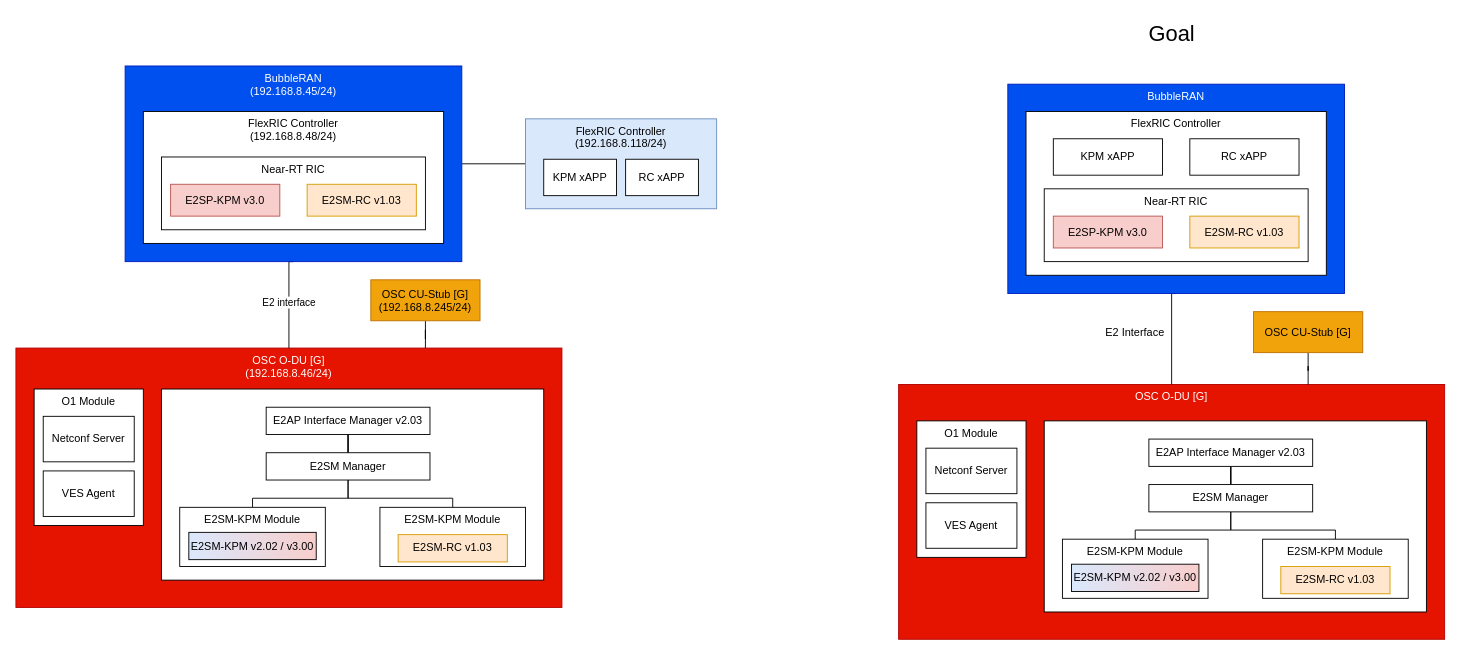
NTUST-BMW-Lab/bubbleran keeps this draw.io diagram as page "Option 1" (1 of 4) of diagrams.drawio. Above is the earlier version. Source tidied: cells renumbered, new cells numbered last; positions are measured from the earlier drawing's top-left corner, leaving out a move shared by most shapes. Both pictures are drawn from the tidied source at 91%, with x=0, y=0 at pixel (15, 15).
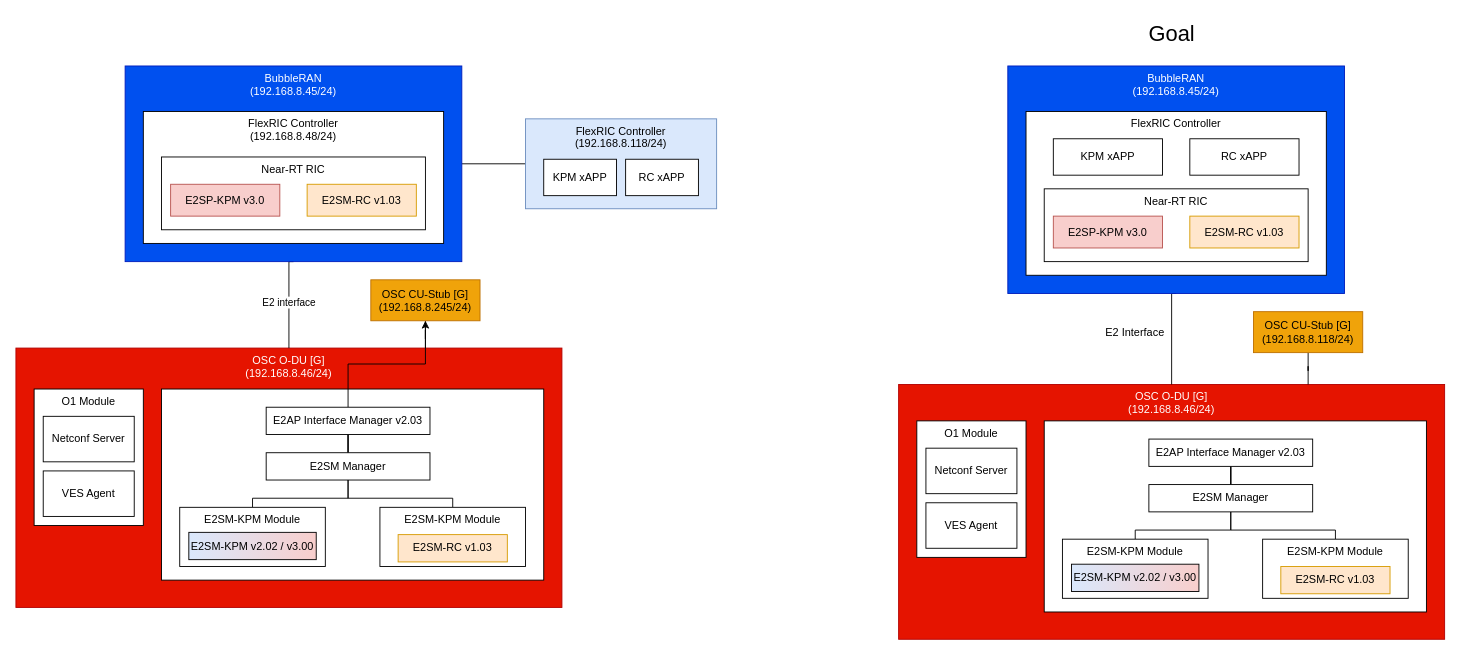
After the change.

Unchanged cells that the change refers to:
```xml
<mxCell id="10" value="E2AP Interface Manager v2.03" style="rounded=0;whiteSpace=wrap;html=1;" parent="1" vertex="1">
  <mxGeometry x="275" y="430" width="180" height="30" as="geometry" />
</mxCell>
<mxCell id="20" value="OSC CU-Stub [G]&lt;br&gt;(192.168.8.245/24)" style="rounded=0;whiteSpace=wrap;html=1;fillColor=#f0a30a;fontColor=#000000;strokeColor=#BD7000;" parent="1" vertex="1">
  <mxGeometry x="390" y="290" width="120" height="45" as="geometry" />
</mxCell>
```

What changed in the source:
```diff
@@
+    <mxCell id="58" style="edgeStyle=orthogonalEdgeStyle;rounded=0;jettySize=auto;html=1;" parent="1" edge="1" source="10" target="20">
+      <mxGeometry relative="1" as="geometry" />
+    </mxCell>
@@
-    <mxCell id="30" value="OSC O-DU [G]" style="rounded=0;whiteSpace=wrap;html=1;verticalAlign=top;fillColor=#e51400;fontColor=#ffffff;strokeColor=#B20000;" parent="1" vertex="1">
+    <mxCell id="30" value="OSC O-DU [G]&lt;br&gt;(192.168.8.46/24)" style="rounded=0;whiteSpace=wrap;html=1;verticalAlign=top;fillColor=#e51400;fontColor=#ffffff;strokeColor=#B20000;" parent="1" vertex="1">
       <mxGeometry x="970" y="405" width="600" height="280" as="geometry" />
     </mxCell>
@@
-    <mxCell id="46" value="OSC CU-Stub [G]" style="rounded=0;whiteSpace=wrap;html=1;fillColor=#f0a30a;fontColor=#000000;strokeColor=#BD7000;" parent="1" vertex="1">
+    <mxCell id="46" value="OSC CU-Stub [G]&lt;br&gt;(192.168.8.118/24)" style="rounded=0;whiteSpace=wrap;html=1;fillColor=#f0a30a;fontColor=#000000;strokeColor=#BD7000;" parent="1" vertex="1">
       <mxGeometry x="1360" y="325" width="120" height="45" as="geometry" />
     </mxCell>
@@
-    <mxCell id="49" value="BubbleRAN" style="rounded=0;whiteSpace=wrap;html=1;verticalAlign=top;fillColor=#0050ef;fontColor=#ffffff;strokeColor=#001DBC;" parent="1" vertex="1">
-      <mxGeometry x="1090" y="75" width="370" height="230" as="geometry" />
+    <mxCell id="49" value="BubbleRAN&lt;br&gt;(192.168.8.45/24)" style="rounded=0;whiteSpace=wrap;html=1;verticalAlign=top;fillColor=#0050ef;fontColor=#ffffff;strokeColor=#001DBC;" parent="1" vertex="1">
+      <mxGeometry x="1090" y="55" width="370" height="250" as="geometry" />
     </mxCell>
```
